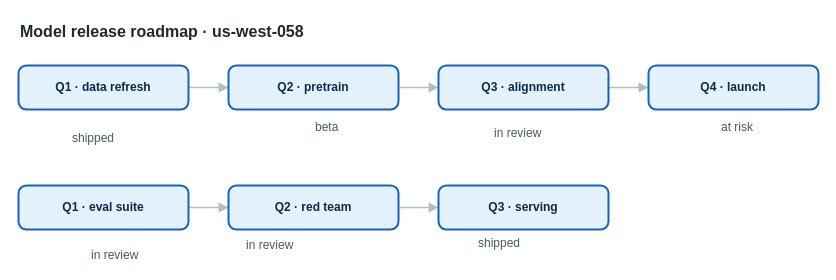
Above: apps/web/public/samples/library/058-model-release-roadmap.drawio in AryanG01/open-apprentice (draw.io), before the change. Source tidied: cells renumbered, new cells numbered last; positions are measured from the earlier drawing's top-left corner, leaving out a move shared by most shapes. Both pictures are drawn from the tidied source at 100%, with x=0, y=0 at pixel (18, 17).
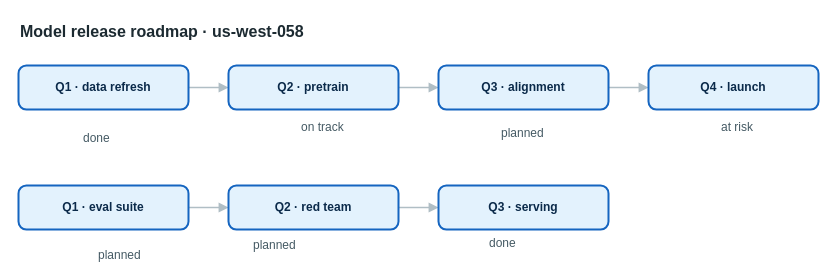
After the change.

What changed in the source:
```diff
@@
-    <mxCell id="15" value="shipped" style="text;html=1;align=left;verticalAlign=top;whiteSpace=nowrap;spacing=0;spacingTop=0;strokeColor=none;fillColor=none;fontSize=12;fontColor=#455a64;" parent="1" vertex="1">
-      <mxGeometry x="54" y="109" width="61" height="20" as="geometry" />
+    <mxCell id="15" value="done" style="text;html=1;align=left;verticalAlign=top;whiteSpace=nowrap;spacing=0;spacingTop=0;strokeColor=none;fillColor=none;fontSize=12;fontColor=#455a64;" parent="1" vertex="1">
+      <mxGeometry x="65" y="109" width="40" height="20" as="geometry" />
     </mxCell>
-    <mxCell id="16" value="beta" style="text;html=1;align=left;verticalAlign=top;whiteSpace=nowrap;spacing=0;spacingTop=0;strokeColor=none;fillColor=none;fontSize=12;fontColor=#455a64;" parent="1" vertex="1">
-      <mxGeometry x="297" y="98" width="40" height="20" as="geometry" />
+    <mxCell id="16" value="on track" style="text;html=1;align=left;verticalAlign=top;whiteSpace=nowrap;spacing=0;spacingTop=0;strokeColor=none;fillColor=none;fontSize=12;fontColor=#455a64;" parent="1" vertex="1">
+      <mxGeometry x="283" y="98" width="68" height="20" as="geometry" />
     </mxCell>
-    <mxCell id="17" value="in review" style="text;html=1;align=left;verticalAlign=top;whiteSpace=nowrap;spacing=0;spacingTop=0;strokeColor=none;fillColor=none;fontSize=12;fontColor=#455a64;" parent="1" vertex="1">
-      <mxGeometry x="476" y="104" width="75" height="20" as="geometry" />
+    <mxCell id="17" value="planned" style="text;html=1;align=left;verticalAlign=top;whiteSpace=nowrap;spacing=0;spacingTop=0;strokeColor=none;fillColor=none;fontSize=12;fontColor=#455a64;" parent="1" vertex="1">
+      <mxGeometry x="483" y="104" width="61" height="20" as="geometry" />
     </mxCell>
@@
-    <mxCell id="19" value="in review" style="text;html=1;align=left;verticalAlign=top;whiteSpace=nowrap;spacing=0;spacingTop=0;strokeColor=none;fillColor=none;fontSize=12;fontColor=#455a64;" parent="1" vertex="1">
-      <mxGeometry x="73" y="226" width="75" height="20" as="geometry" />
+    <mxCell id="19" value="planned" style="text;html=1;align=left;verticalAlign=top;whiteSpace=nowrap;spacing=0;spacingTop=0;strokeColor=none;fillColor=none;fontSize=12;fontColor=#455a64;" parent="1" vertex="1">
+      <mxGeometry x="80" y="226" width="61" height="20" as="geometry" />
     </mxCell>
-    <mxCell id="20" value="in review" style="text;html=1;align=left;verticalAlign=top;whiteSpace=nowrap;spacing=0;spacingTop=0;strokeColor=none;fillColor=none;fontSize=12;fontColor=#455a64;" parent="1" vertex="1">
-      <mxGeometry x="228" y="216" width="75" height="20" as="geometry" />
+    <mxCell id="20" value="planned" style="text;html=1;align=left;verticalAlign=top;whiteSpace=nowrap;spacing=0;spacingTop=0;strokeColor=none;fillColor=none;fontSize=12;fontColor=#455a64;" parent="1" vertex="1">
+      <mxGeometry x="235" y="216" width="61" height="20" as="geometry" />
     </mxCell>
-    <mxCell id="21" value="shipped" style="text;html=1;align=left;verticalAlign=top;whiteSpace=nowrap;spacing=0;spacingTop=0;strokeColor=none;fillColor=none;fontSize=12;fontColor=#455a64;" parent="1" vertex="1">
-      <mxGeometry x="460" y="214" width="61" height="20" as="geometry" />
+    <mxCell id="21" value="done" style="text;html=1;align=left;verticalAlign=top;whiteSpace=nowrap;spacing=0;spacingTop=0;strokeColor=none;fillColor=none;fontSize=12;fontColor=#455a64;" parent="1" vertex="1">
+      <mxGeometry x="471" y="214" width="40" height="20" as="geometry" />
     </mxCell>
```
